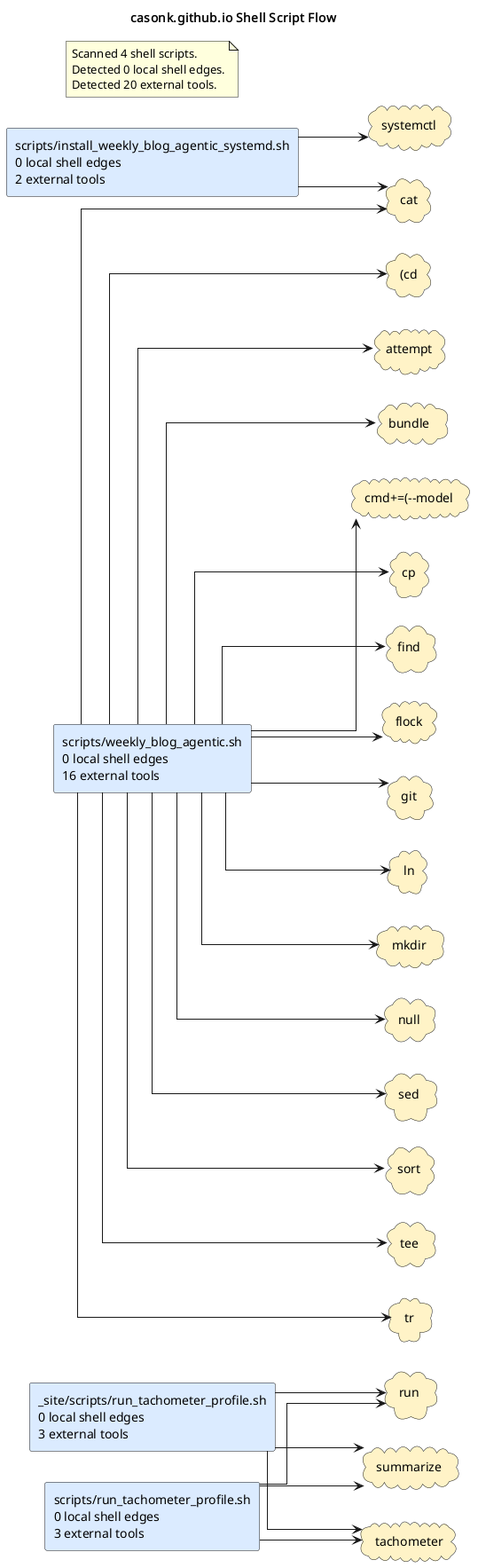
This is docs/diagrams/shell-call-graph.puml.png from casonk/casonk.github.io, a PlantUML export, as it was before one commit.
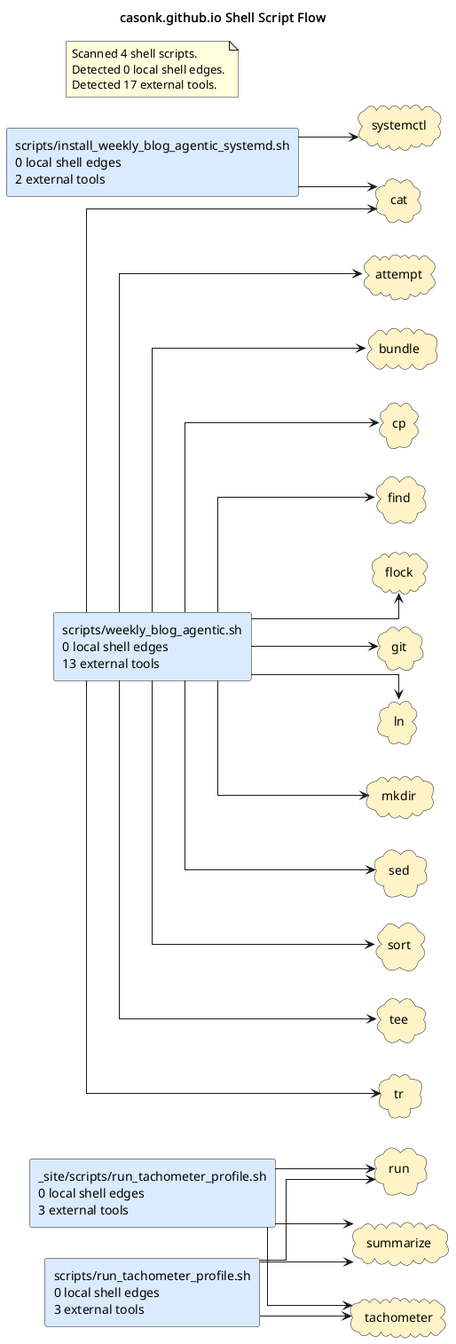
Later version of the same file.

Commit message:
docs: publish local diagram, reference and lesson updates (#8)

Change to the diagram source:
```diff
@@ -8,19 +8,16 @@
 rectangle "_site/scripts/run_tachometer_profile.sh\n0 local shell edges\n3 external tools" as shell_site_scripts_run_tachometer_profile_sh #DBEAFE
 rectangle "scripts/install_weekly_blog_agentic_systemd.sh\n0 local shell edges\n2 external tools" as shell_scripts_install_weekly_blog_agentic_systemd_sh #DBEAFE
 rectangle "scripts/run_tachometer_profile.sh\n0 local shell edges\n3 external tools" as shell_scripts_run_tachometer_profile_sh #DBEAFE
-rectangle "scripts/weekly_blog_agentic.sh\n0 local shell edges\n16 external tools" as shell_scripts_weekly_blog_agentic_sh #DBEAFE
-cloud "(cd" as tool_cd #FEF3C7
+rectangle "scripts/weekly_blog_agentic.sh\n0 local shell edges\n13 external tools" as shell_scripts_weekly_blog_agentic_sh #DBEAFE
 cloud "attempt" as tool_attempt #FEF3C7
 cloud "bundle" as tool_bundle #FEF3C7
 cloud "cat" as tool_cat #FEF3C7
-cloud "cmd+=(--model" as tool_cmd_model #FEF3C7
 cloud "cp" as tool_cp #FEF3C7
 cloud "find" as tool_find #FEF3C7
 cloud "flock" as tool_flock #FEF3C7
 cloud "git" as tool_git #FEF3C7
 cloud "ln" as tool_ln #FEF3C7
 cloud "mkdir" as tool_mkdir #FEF3C7
-cloud "null" as tool_null #FEF3C7
 cloud "run" as tool_run #FEF3C7
 cloud "sed" as tool_sed #FEF3C7
 cloud "sort" as tool_sort #FEF3C7
@@ -34,18 +31,15 @@
 shell_scripts_run_tachometer_profile_sh --> tool_run
 shell_scripts_run_tachometer_profile_sh --> tool_summarize
 shell_scripts_run_tachometer_profile_sh --> tool_tachometer
-shell_scripts_weekly_blog_agentic_sh --> tool_cd
 shell_scripts_weekly_blog_agentic_sh --> tool_attempt
 shell_scripts_weekly_blog_agentic_sh --> tool_bundle
 shell_scripts_weekly_blog_agentic_sh --> tool_cat
-shell_scripts_weekly_blog_agentic_sh --> tool_cmd_model
 shell_scripts_weekly_blog_agentic_sh --> tool_cp
 shell_scripts_weekly_blog_agentic_sh --> tool_find
 shell_scripts_weekly_blog_agentic_sh --> tool_flock
 shell_scripts_weekly_blog_agentic_sh --> tool_git
 shell_scripts_weekly_blog_agentic_sh --> tool_ln
 shell_scripts_weekly_blog_agentic_sh --> tool_mkdir
-shell_scripts_weekly_blog_agentic_sh --> tool_null
 shell_scripts_weekly_blog_agentic_sh --> tool_sed
 shell_scripts_weekly_blog_agentic_sh --> tool_sort
 shell_scripts_weekly_blog_agentic_sh --> tool_tee
@@ -56,6 +50,6 @@
 note as shellGraphSummary
 Scanned 4 shell scripts.
 Detected 0 local shell edges.
-Detected 20 external tools.
+Detected 17 external tools.
 end note
 @enduml
```
